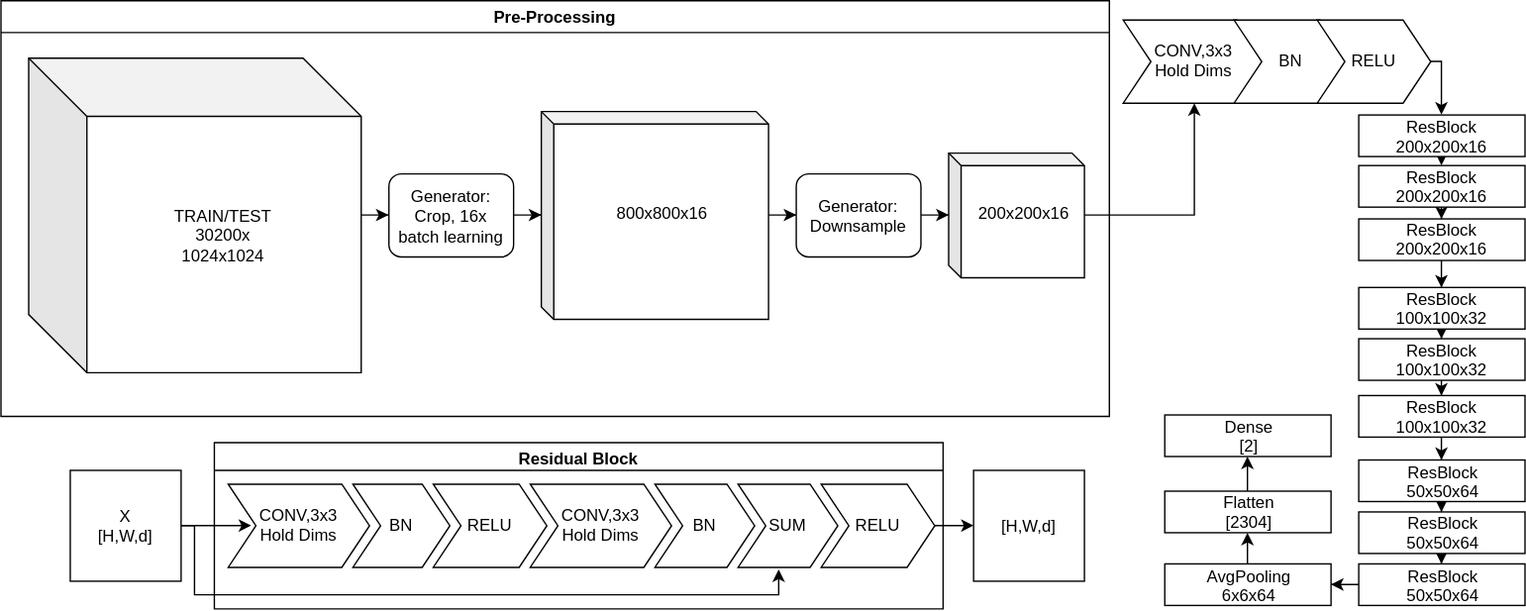
Earlier version of the draw.io export NetworkDiagram.svg (chonorat/Pnueumonia). Source tidied: cells renumbered, new cells last; positions are measured from the earlier drawing's top-left corner, leaving out a move shared by most shapes.
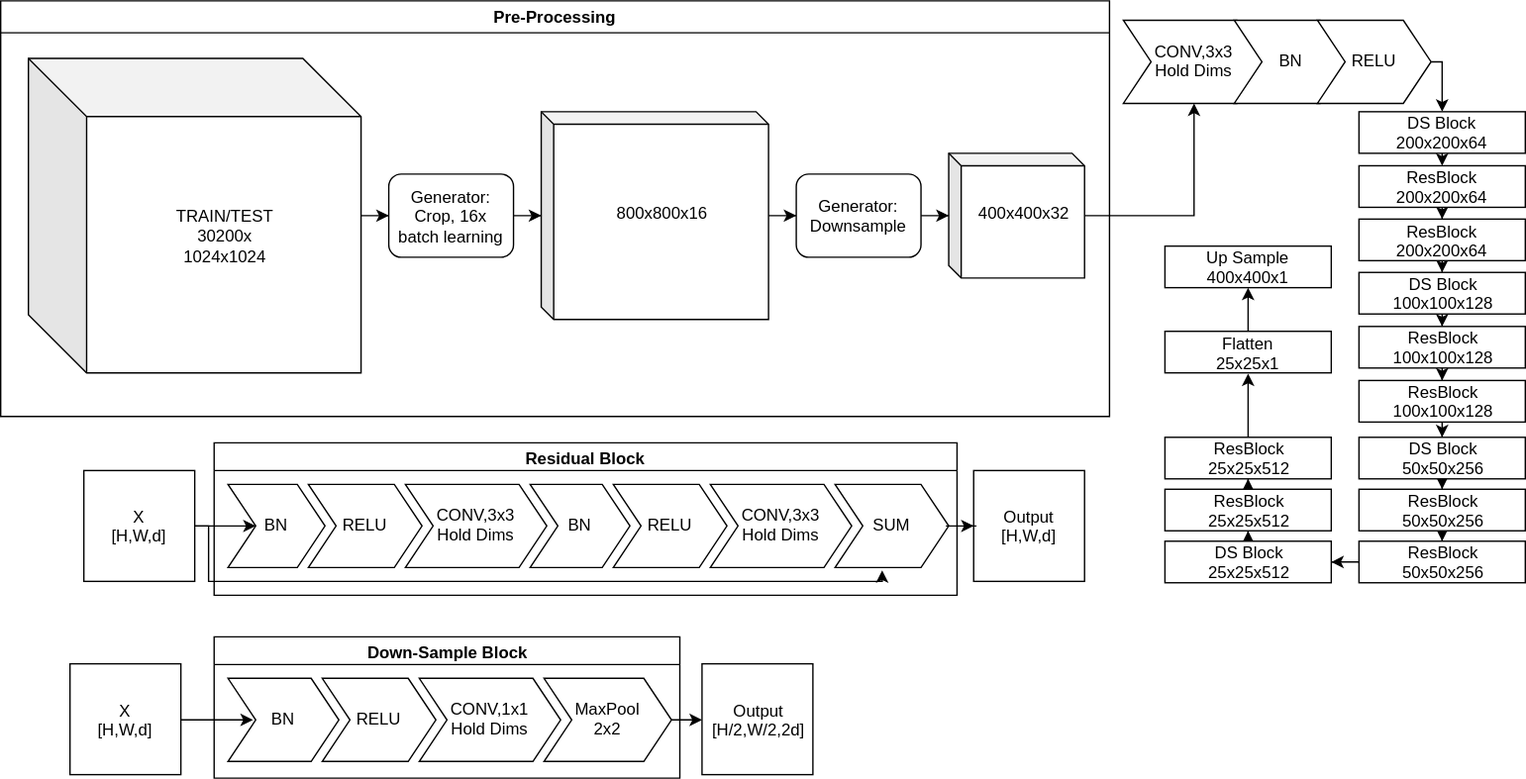
After the change.

Change to the diagram source:
```diff
@@ -29,55 +29,55 @@
     <mxCell id="10" style="edgeStyle=orthogonalEdgeStyle;rounded=0;jettySize=auto;html=1;" parent="1" edge="1" source="11" target="26">
       <mxGeometry relative="1" as="geometry" />
     </mxCell>
-    <mxCell id="11" value="200x200x16&lt;br&gt;&lt;br&gt;" style="shape=cube;whiteSpace=wrap;html=1;boundedLbl=1;backgroundOutline=1;darkOpacity=0.05;darkOpacity2=0.1;size=9;" parent="1" vertex="1">
+    <mxCell id="11" value="400x400x32&lt;br&gt;&lt;br&gt;" style="shape=cube;whiteSpace=wrap;html=1;boundedLbl=1;backgroundOutline=1;darkOpacity=0.05;darkOpacity2=0.1;size=9;" parent="1" vertex="1">
       <mxGeometry x="684" y="110" width="98" height="90" as="geometry" />
     </mxCell>
     <mxCell id="12" value="Pre-Processing" style="swimlane;" parent="1" vertex="1">
       <mxGeometry width="800" height="300" as="geometry" />
     </mxCell>
     <mxCell id="13" value="Residual Block" style="swimlane;html=1;startSize=20;horizontal=1;containerType=tree;" parent="1" vertex="1">
-      <mxGeometry x="154" y="319" width="526" height="120" as="geometry" />
+      <mxGeometry x="154" y="319" width="536" height="110" as="geometry" />
     </mxCell>
-    <mxCell id="14" style="swimlane;horizontal=1;fillColor=none;strokeColor=none;stackBorder=10;align=center;fontColor=#000000;startSize=0;" parent="13" vertex="1">
-      <mxGeometry y="20" width="530" height="80" as="geometry" />
-    </mxCell>
-    <mxCell id="15" value="&#10;CONV,3x3&#10;Hold Dims&#10;" style="shape=step;perimeter=stepPerimeter;fixedSize=1;points=[];" parent="14" vertex="1">
-      <mxGeometry x="10" y="10" width="102" height="60" as="geometry" />
-    </mxCell>
-    <mxCell id="16" value="&#10;BN&#10;" style="shape=step;perimeter=stepPerimeter;fixedSize=1;" parent="14" vertex="1">
-      <mxGeometry x="100" y="10" width="70" height="60" as="geometry" />
-    </mxCell>
+    <mxCell id="54" style="swimlane;horizontal=1;fillColor=none;strokeColor=none;stackBorder=10;align=center;fontColor=#000000;startSize=0;" parent="13" vertex="1">
+      <mxGeometry y="20" width="540" height="80" as="geometry" />
+    </mxCell>
+    <mxCell id="55" value="&#10;BN&#10;" style="shape=step;perimeter=stepPerimeter;fixedSize=1;points=[];" parent="54" vertex="1">
+      <mxGeometry x="10" y="10" width="70" height="60" as="geometry" />
+    </mxCell>
+    <mxCell id="56" value="RELU" style="shape=step;perimeter=stepPerimeter;fixedSize=1;" parent="54" vertex="1">
+      <mxGeometry x="68" y="10" width="82" height="60" as="geometry" />
+    </mxCell>
+    <mxCell id="57" value="&#10;CONV,3x3&#10;Hold Dims&#10;" style="shape=step;perimeter=stepPerimeter;fixedSize=1;" parent="54" vertex="1">
+      <mxGeometry x="138" y="10" width="102" height="60" as="geometry" />
+    </mxCell>
+    <mxCell id="58" value="&#10;BN&#10;" style="shape=step;perimeter=stepPerimeter;fixedSize=1;" parent="54" vertex="1">
+      <mxGeometry x="228" y="10" width="72" height="60" as="geometry" />
+    </mxCell>
-    <mxCell id="17" value="&#10;RELU&#10;" style="shape=step;perimeter=stepPerimeter;fixedSize=1;" parent="14" vertex="1">
-      <mxGeometry x="158" y="10" width="82" height="60" as="geometry" />
+    <mxCell id="17" value="&#10;RELU&#10;" style="shape=step;perimeter=stepPerimeter;fixedSize=1;" parent="54" vertex="1">
+      <mxGeometry x="288" y="10" width="82" height="60" as="geometry" />
     </mxCell>
-    <mxCell id="18" value="&#10;CONV,3x3&#10;Hold Dims&#10;" style="shape=step;perimeter=stepPerimeter;fixedSize=1;" parent="14" vertex="1">
-      <mxGeometry x="228" y="10" width="102" height="60" as="geometry" />
-    </mxCell>
-    <mxCell id="19" value="BN" style="shape=step;perimeter=stepPerimeter;fixedSize=1;" parent="14" vertex="1">
-      <mxGeometry x="318" y="10" width="72" height="60" as="geometry" />
-    </mxCell>
+    <mxCell id="59" value="&#10;CONV,3x3&#10;Hold Dims&#10;" style="shape=step;perimeter=stepPerimeter;fixedSize=1;" parent="54" vertex="1">
+      <mxGeometry x="358" y="10" width="102" height="60" as="geometry" />
+    </mxCell>
-    <mxCell id="20" value="SUM" style="shape=step;perimeter=stepPerimeter;fixedSize=1;points=[];" parent="14" vertex="1">
-      <mxGeometry x="378" y="10" width="72" height="60" as="geometry" />
+    <mxCell id="20" value="SUM" style="shape=step;perimeter=stepPerimeter;fixedSize=1;points=[];" parent="54" vertex="1">
+      <mxGeometry x="448" y="10" width="82" height="60" as="geometry" />
     </mxCell>
-    <mxCell id="21" value="RELU" style="shape=step;perimeter=stepPerimeter;fixedSize=1;points=[];" parent="14" vertex="1">
-      <mxGeometry x="438" y="10" width="82" height="60" as="geometry" />
-    </mxCell>
-    <mxCell id="22" style="edgeStyle=orthogonalEdgeStyle;rounded=0;jettySize=auto;html=1;" parent="1" edge="1" source="24" target="15">
-      <mxGeometry relative="1" as="geometry" />
-    </mxCell>
+    <mxCell id="60" style="edgeStyle=orthogonalEdgeStyle;rounded=0;jettySize=auto;html=1;" parent="1" edge="1" source="24" target="55">
+      <mxGeometry relative="1" as="geometry" />
+    </mxCell>
-    <mxCell id="23" style="edgeStyle=orthogonalEdgeStyle;rounded=0;jettySize=auto;html=1;entryX=0.408;entryY=1.025;entryDx=0;entryDy=0;entryPerimeter=0;" parent="1" edge="1" source="24" target="20">
+    <mxCell id="23" style="edgeStyle=orthogonalEdgeStyle;rounded=0;jettySize=auto;html=1;entryX=0.409;entryY=1.039;entryDx=0;entryDy=0;entryPerimeter=0;" parent="1" edge="1" source="24" target="20">
       <mxGeometry relative="1" as="geometry">
         <Array as="points">
-          <mxPoint x="140" y="379" />
-          <mxPoint x="140" y="429" />
-          <mxPoint x="561" y="429" />
+          <mxPoint x="150" y="379" />
+          <mxPoint x="150" y="419" />
+          <mxPoint x="636" y="419" />
         </Array>
       </mxGeometry>
     </mxCell>
     <mxCell id="24" value="X&lt;br&gt;[H,W,d]" style="whiteSpace=wrap;html=1;" parent="1" vertex="1">
-      <mxGeometry x="50" y="339" width="80" height="80" as="geometry" />
+      <mxGeometry x="60" y="339" width="80" height="80" as="geometry" />
     </mxCell>
-    <mxCell id="25" value="[H,W,d]" style="whiteSpace=wrap;html=1;" parent="1" vertex="1">
+    <mxCell id="25" value="Output&lt;br&gt;[H,W,d]" style="whiteSpace=wrap;html=1;" parent="1" vertex="1">
       <mxGeometry x="702" y="339" width="80" height="80" as="geometry" />
     </mxCell>
     <mxCell id="26" value="&#10;CONV,3x3&#10;Hold Dims&#10;" style="shape=step;perimeter=stepPerimeter;fixedSize=1;points=[];" parent="1" vertex="1">
@@ -99,74 +99,118 @@
     <mxCell id="30" style="edgeStyle=orthogonalEdgeStyle;rounded=0;jettySize=auto;html=1;exitX=0.5;exitY=1;exitDx=0;exitDy=0;entryX=0.5;entryY=0;entryDx=0;entryDy=0;" parent="1" edge="1" source="31" target="33">
       <mxGeometry relative="1" as="geometry" />
     </mxCell>
-    <mxCell id="31" value="ResBlock&lt;br&gt;200x200x16&lt;br&gt;" style="rounded=0;whiteSpace=wrap;html=1;" parent="1" vertex="1">
-      <mxGeometry x="980" y="82.5" width="120" height="30" as="geometry" />
+    <mxCell id="31" value="DS Block&lt;br&gt;200x200x64&lt;br&gt;" style="rounded=0;whiteSpace=wrap;html=1;" parent="1" vertex="1">
+      <mxGeometry x="980" y="80" width="120" height="30" as="geometry" />
     </mxCell>
     <mxCell id="32" style="edgeStyle=orthogonalEdgeStyle;rounded=0;jettySize=auto;html=1;" parent="1" edge="1" source="33" target="35">
       <mxGeometry relative="1" as="geometry" />
     </mxCell>
-    <mxCell id="33" value="ResBlock&lt;br&gt;200x200x16&lt;br&gt;" style="rounded=0;whiteSpace=wrap;html=1;" parent="1" vertex="1">
+    <mxCell id="33" value="ResBlock&lt;br&gt;200x200x64&lt;br&gt;" style="rounded=0;whiteSpace=wrap;html=1;" parent="1" vertex="1">
       <mxGeometry x="980" y="119" width="120" height="30" as="geometry" />
     </mxCell>
     <mxCell id="34" style="edgeStyle=orthogonalEdgeStyle;rounded=0;jettySize=auto;html=1;" parent="1" edge="1" source="35" target="37">
       <mxGeometry relative="1" as="geometry" />
     </mxCell>
-    <mxCell id="35" value="ResBlock&lt;br&gt;200x200x16&lt;br&gt;" style="rounded=0;whiteSpace=wrap;html=1;" parent="1" vertex="1">
+    <mxCell id="35" value="ResBlock&lt;br&gt;200x200x64&lt;br&gt;" style="rounded=0;whiteSpace=wrap;html=1;" parent="1" vertex="1">
       <mxGeometry x="980" y="157.5" width="120" height="30" as="geometry" />
     </mxCell>
     <mxCell id="36" style="edgeStyle=orthogonalEdgeStyle;rounded=0;jettySize=auto;html=1;" parent="1" edge="1" source="37" target="39">
       <mxGeometry relative="1" as="geometry" />
     </mxCell>
-    <mxCell id="37" value="ResBlock&lt;br&gt;100x100x32&lt;br&gt;" style="rounded=0;whiteSpace=wrap;html=1;" parent="1" vertex="1">
-      <mxGeometry x="980" y="207" width="120" height="30" as="geometry" />
+    <mxCell id="37" value="DS Block&lt;br&gt;100x100x128&lt;br&gt;" style="rounded=0;whiteSpace=wrap;html=1;" parent="1" vertex="1">
+      <mxGeometry x="980" y="196" width="120" height="30" as="geometry" />
     </mxCell>
     <mxCell id="38" style="edgeStyle=orthogonalEdgeStyle;rounded=0;jettySize=auto;html=1;" parent="1" edge="1" source="39" target="41">
       <mxGeometry relative="1" as="geometry" />
     </mxCell>
-    <mxCell id="39" value="ResBlock&lt;br&gt;100x100x32&lt;br&gt;" style="rounded=0;whiteSpace=wrap;html=1;" parent="1" vertex="1">
-      <mxGeometry x="980" y="244" width="120" height="30" as="geometry" />
+    <mxCell id="39" value="ResBlock&lt;br&gt;100x100x128&lt;br&gt;" style="rounded=0;whiteSpace=wrap;html=1;" parent="1" vertex="1">
+      <mxGeometry x="980" y="235" width="120" height="30" as="geometry" />
     </mxCell>
     <mxCell id="40" style="edgeStyle=orthogonalEdgeStyle;rounded=0;jettySize=auto;html=1;" parent="1" edge="1" source="41" target="43">
       <mxGeometry relative="1" as="geometry" />
     </mxCell>
-    <mxCell id="41" value="ResBlock&lt;br&gt;100x100x32&lt;br&gt;" style="rounded=0;whiteSpace=wrap;html=1;" parent="1" vertex="1">
-      <mxGeometry x="980" y="285" width="120" height="30" as="geometry" />
+    <mxCell id="41" value="ResBlock&lt;br&gt;100x100x128&lt;br&gt;" style="rounded=0;whiteSpace=wrap;html=1;" parent="1" vertex="1">
+      <mxGeometry x="980" y="274" width="120" height="30" as="geometry" />
     </mxCell>
     <mxCell id="42" style="edgeStyle=orthogonalEdgeStyle;rounded=0;jettySize=auto;html=1;" parent="1" edge="1" source="43" target="45">
       <mxGeometry relative="1" as="geometry" />
     </mxCell>
-    <mxCell id="43" value="ResBlock&lt;br&gt;50x50x64&lt;br&gt;" style="rounded=0;whiteSpace=wrap;html=1;" parent="1" vertex="1">
-      <mxGeometry x="980" y="331.5" width="120" height="30" as="geometry" />
+    <mxCell id="43" value="DS Block&lt;br&gt;50x50x256&lt;br&gt;" style="rounded=0;whiteSpace=wrap;html=1;" parent="1" vertex="1">
+      <mxGeometry x="980" y="315" width="120" height="30" as="geometry" />
     </mxCell>
     <mxCell id="44" style="edgeStyle=orthogonalEdgeStyle;rounded=0;jettySize=auto;html=1;" parent="1" edge="1" source="45" target="47">
       <mxGeometry relative="1" as="geometry" />
     </mxCell>
-    <mxCell id="45" value="ResBlock&lt;br&gt;50x50x64&lt;br&gt;" style="rounded=0;whiteSpace=wrap;html=1;" parent="1" vertex="1">
-      <mxGeometry x="980" y="369" width="120" height="30" as="geometry" />
+    <mxCell id="45" value="ResBlock&lt;br&gt;50x50x256&lt;br&gt;" style="rounded=0;whiteSpace=wrap;html=1;" parent="1" vertex="1">
+      <mxGeometry x="980" y="352.5" width="120" height="30" as="geometry" />
     </mxCell>
-    <mxCell id="46" style="edgeStyle=orthogonalEdgeStyle;rounded=0;jettySize=auto;html=1;" parent="1" edge="1" source="47" target="49">
-      <mxGeometry relative="1" as="geometry" />
-    </mxCell>
+    <mxCell id="61" style="edgeStyle=orthogonalEdgeStyle;rounded=0;jettySize=auto;html=1;" parent="1" edge="1" source="47" target="63">
+      <mxGeometry relative="1" as="geometry" />
+    </mxCell>
-    <mxCell id="47" value="ResBlock&lt;br&gt;50x50x64&lt;br&gt;" style="rounded=0;whiteSpace=wrap;html=1;" parent="1" vertex="1">
-      <mxGeometry x="980" y="406.5" width="120" height="30" as="geometry" />
+    <mxCell id="47" value="ResBlock&lt;br&gt;50x50x256&lt;br&gt;" style="rounded=0;whiteSpace=wrap;html=1;" parent="1" vertex="1">
+      <mxGeometry x="980" y="390" width="120" height="30" as="geometry" />
     </mxCell>
+    <mxCell id="62" style="edgeStyle=orthogonalEdgeStyle;rounded=0;jettySize=auto;html=1;" parent="1" edge="1" source="63" target="65">
+      <mxGeometry relative="1" as="geometry" />
+    </mxCell>
+    <mxCell id="63" value="DS Block&lt;br&gt;25x25x512&lt;br&gt;" style="rounded=0;whiteSpace=wrap;html=1;" parent="1" vertex="1">
+      <mxGeometry x="840" y="390" width="120" height="30" as="geometry" />
+    </mxCell>
+    <mxCell id="64" style="edgeStyle=orthogonalEdgeStyle;rounded=0;jettySize=auto;html=1;" parent="1" edge="1" source="65" target="67">
+      <mxGeometry relative="1" as="geometry" />
+    </mxCell>
+    <mxCell id="65" value="ResBlock&lt;br&gt;25x25x512&lt;br&gt;" style="rounded=0;whiteSpace=wrap;html=1;" parent="1" vertex="1">
+      <mxGeometry x="840" y="352.5" width="120" height="30" as="geometry" />
+    </mxCell>
+    <mxCell id="66" style="edgeStyle=orthogonalEdgeStyle;rounded=0;jettySize=auto;html=1;" parent="1" edge="1" source="67">
+      <mxGeometry relative="1" as="geometry">
+        <mxPoint x="900" y="269" as="targetPoint" />
+      </mxGeometry>
+    </mxCell>
+    <mxCell id="67" value="ResBlock&lt;br&gt;25x25x512&lt;br&gt;" style="rounded=0;whiteSpace=wrap;html=1;" parent="1" vertex="1">
+      <mxGeometry x="840" y="315" width="120" height="30" as="geometry" />
+    </mxCell>
     <mxCell id="48" style="edgeStyle=orthogonalEdgeStyle;rounded=0;jettySize=auto;html=1;" parent="1" edge="1" source="49" target="51">
       <mxGeometry relative="1" as="geometry" />
     </mxCell>
-    <mxCell id="49" value="AvgPooling&lt;br&gt;6x6x64&lt;br&gt;" style="rounded=0;whiteSpace=wrap;html=1;" parent="1" vertex="1">
-      <mxGeometry x="840" y="406.5" width="120" height="30" as="geometry" />
+    <mxCell id="49" value="Flatten&lt;br&gt;25x25x1&lt;br&gt;" style="rounded=0;whiteSpace=wrap;html=1;" parent="1" vertex="1">
+      <mxGeometry x="840" y="238.5" width="120" height="30" as="geometry" />
     </mxCell>
-    <mxCell id="50" style="edgeStyle=orthogonalEdgeStyle;rounded=0;jettySize=auto;html=1;" parent="1" edge="1" source="51" target="52">
-      <mxGeometry relative="1" as="geometry" />
-    </mxCell>
-    <mxCell id="51" value="Flatten&lt;br&gt;[2304]&lt;br&gt;" style="rounded=0;whiteSpace=wrap;html=1;" parent="1" vertex="1">
-      <mxGeometry x="840" y="354" width="120" height="30" as="geometry" />
+    <mxCell id="51" value="Up Sample&lt;br&gt;400x400x1&lt;br&gt;" style="rounded=0;whiteSpace=wrap;html=1;" parent="1" vertex="1">
+      <mxGeometry x="840" y="177" width="120" height="30" as="geometry" />
     </mxCell>
-    <mxCell id="52" value="Dense&lt;br&gt;[2]&lt;br&gt;" style="rounded=0;whiteSpace=wrap;html=1;" parent="1" vertex="1">
-      <mxGeometry x="840" y="299" width="120" height="30" as="geometry" />
-    </mxCell>
-    <mxCell id="53" style="edgeStyle=orthogonalEdgeStyle;rounded=0;jettySize=auto;html=1;" parent="1" edge="1" source="21" target="25">
-      <mxGeometry relative="1" as="geometry" />
-    </mxCell>
+    <mxCell id="68" value="Down-Sample Block" style="swimlane;html=1;startSize=20;horizontal=1;containerType=tree;" parent="1" vertex="1">
+      <mxGeometry x="154" y="459" width="336" height="102" as="geometry" />
+    </mxCell>
+    <mxCell id="69" style="swimlane;horizontal=1;fillColor=none;strokeColor=none;stackBorder=10;align=center;fontColor=#000000;startSize=0;" parent="68" vertex="1">
+      <mxGeometry y="20" width="340" height="80" as="geometry" />
+    </mxCell>
+    <mxCell id="70" value="&#10;BN&#10;" style="shape=step;perimeter=stepPerimeter;fixedSize=1;points=[];" parent="69" vertex="1">
+      <mxGeometry x="10" y="10" width="80" height="60" as="geometry" />
+    </mxCell>
+    <mxCell id="71" value="RELU" style="shape=step;perimeter=stepPerimeter;fixedSize=1;" parent="69" vertex="1">
+      <mxGeometry x="78" y="10" width="82" height="60" as="geometry" />
+    </mxCell>
+    <mxCell id="72" value="&#10;CONV,1x1&#10;Hold Dims&#10;" style="shape=step;perimeter=stepPerimeter;fixedSize=1;" parent="69" vertex="1">
+      <mxGeometry x="148" y="10" width="102" height="60" as="geometry" />
+    </mxCell>
+    <mxCell id="73" value="&#10;MaxPool&#10;2x2&#10;" style="shape=step;perimeter=stepPerimeter;fixedSize=1;points=[];" parent="69" vertex="1">
+      <mxGeometry x="238" y="10" width="92" height="60" as="geometry" />
+    </mxCell>
+    <mxCell id="74" style="endArrow=classic;html=1;entryX=0.22;entryY=0.5;entryDx=0;entryDy=0;entryPerimeter=0;exitX=1;exitY=0.5;exitDx=0;exitDy=0;" parent="1" edge="1" source="75" target="70">
+      <mxGeometry relative="1" as="geometry" />
+    </mxCell>
+    <mxCell id="75" value="X&lt;br&gt;[H,W,d]" style="whiteSpace=wrap;html=1;" parent="1" vertex="1">
+      <mxGeometry x="50" y="478.5" width="80" height="80" as="geometry" />
+    </mxCell>
+    <mxCell id="76" value="Output&lt;br&gt;[H/2,W/2,2d]" style="whiteSpace=wrap;html=1;" parent="1" vertex="1">
+      <mxGeometry x="506" y="478.5" width="80" height="80" as="geometry" />
+    </mxCell>
+    <mxCell id="77" style="edgeStyle=orthogonalEdgeStyle;rounded=0;jettySize=auto;html=1;entryX=0;entryY=0.5;entryDx=0;entryDy=0;" parent="1" edge="1" source="73" target="76">
+      <mxGeometry relative="1" as="geometry" />
+    </mxCell>
+    <mxCell id="78" style="edgeStyle=orthogonalEdgeStyle;rounded=0;jettySize=auto;html=1;" parent="1" edge="1" source="20" target="25">
+      <mxGeometry relative="1" as="geometry" />
+    </mxCell>
   </root>
 </mxGraphModel>
```
